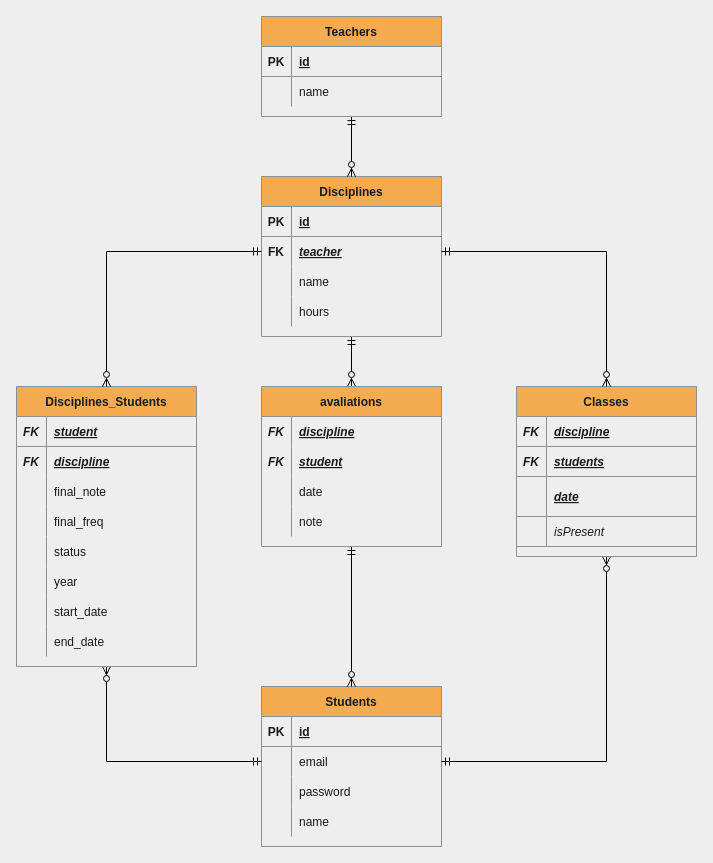
Earlier version of the draw.io diagram database/er.drawio (Chipskein/ds1_laravel). Source tidied: cells renumbered, new cells numbered last; positions are measured from the earlier drawing's top-left corner, leaving out a move shared by most shapes. Both pictures are drawn from the tidied source at 100%, with x=0, y=0 at pixel (16, 16).
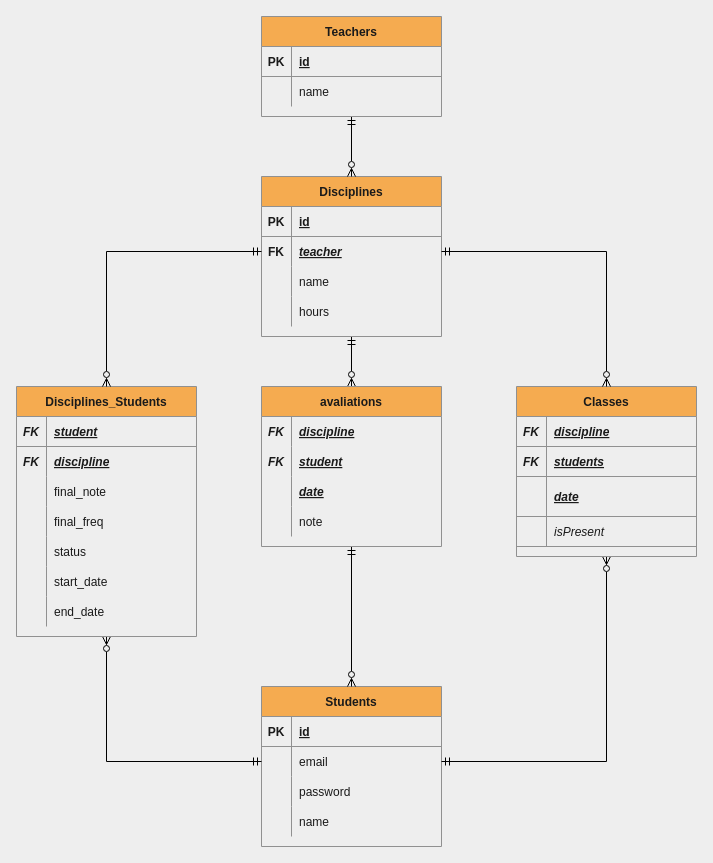
After the change.

Unchanged cells that the change refers to:
```xml
<mxCell id="87" style="shape=tableRow;horizontal=0;startSize=0;swimlaneHead=0;swimlaneBody=0;fillColor=none;top=0;left=0;right=0;bottom=0;strokeColor=#909090;fontColor=#1A1A1A;" parent="80" vertex="1">
  <mxGeometry y="90" width="180" height="30" as="geometry" />
</mxCell>
```

Diff of the diagram source:
```diff
@@
     <mxCell id="38" value="Disciplines_Students" style="shape=table;startSize=30;childLayout=tableLayout;rowLines=0;fontStyle=1;align=center;fillColor=#F5AB50;strokeColor=#909090;fontColor=#1A1A1A;" parent="1" vertex="1">
-      <mxGeometry y="370" width="180" height="280" as="geometry" />
+      <mxGeometry y="370" width="180" height="250" as="geometry" />
     </mxCell>
@@
-    <mxCell id="54" style="shape=tableRow;horizontal=0;startSize=0;swimlaneHead=0;swimlaneBody=0;fillColor=none;top=0;left=0;right=0;bottom=0;strokeColor=#909090;fontColor=#1A1A1A;" parent="38" vertex="1">
-      <mxGeometry y="180" width="180" height="30" as="geometry" />
-    </mxCell>
-    <mxCell id="55" style="shape=partialRectangle;fillColor=none;top=0;left=0;bottom=0;right=0;overflow=hidden;strokeColor=#909090;fontColor=#1A1A1A;fontStyle=3;" parent="54" vertex="1">
-      <mxGeometry width="30" height="30" as="geometry" />
-    </mxCell>
-    <mxCell id="56" value="year" style="shape=partialRectangle;fillColor=none;top=0;left=0;bottom=0;right=0;align=left;spacingLeft=6;overflow=hidden;strokeColor=#909090;fontColor=#1A1A1A;fontStyle=0;" parent="54" vertex="1">
-      <mxGeometry x="30" width="150" height="30" as="geometry" />
-    </mxCell>
     <mxCell id="57" style="shape=tableRow;horizontal=0;startSize=0;swimlaneHead=0;swimlaneBody=0;fillColor=none;top=0;left=0;right=0;bottom=0;strokeColor=#909090;fontColor=#1A1A1A;" parent="38" vertex="1">
-      <mxGeometry y="210" width="180" height="30" as="geometry" />
+      <mxGeometry y="180" width="180" height="30" as="geometry" />
     </mxCell>
@@
     <mxCell id="60" style="shape=tableRow;horizontal=0;startSize=0;swimlaneHead=0;swimlaneBody=0;fillColor=none;top=0;left=0;right=0;bottom=0;strokeColor=#909090;fontColor=#1A1A1A;" parent="38" vertex="1">
-      <mxGeometry y="240" width="180" height="30" as="geometry" />
+      <mxGeometry y="210" width="180" height="30" as="geometry" />
     </mxCell>
@@
-    <mxCell id="89" value="date" style="shape=partialRectangle;fillColor=none;top=0;left=0;bottom=0;right=0;align=left;spacingLeft=6;overflow=hidden;strokeColor=#909090;fontColor=#1A1A1A;" parent="87" vertex="1">
+    <mxCell id="89" value="date" style="shape=partialRectangle;fillColor=none;top=0;left=0;bottom=0;right=0;align=left;spacingLeft=6;overflow=hidden;strokeColor=#909090;fontColor=#1A1A1A;fontStyle=7;" parent="87" vertex="1">
       <mxGeometry x="30" width="150" height="30" as="geometry" />
     </mxCell>
```
